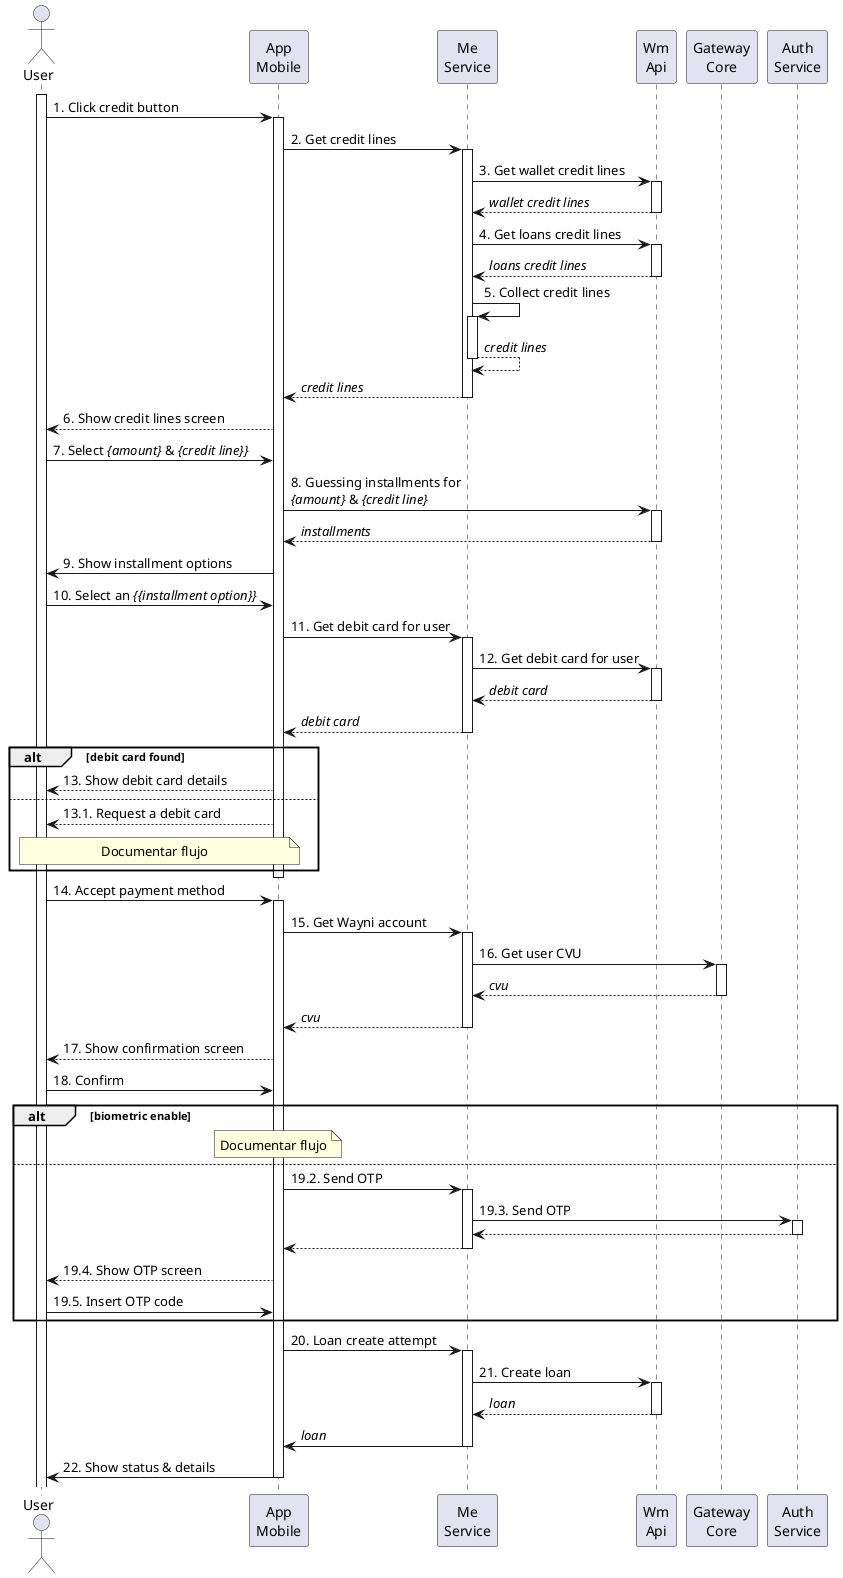
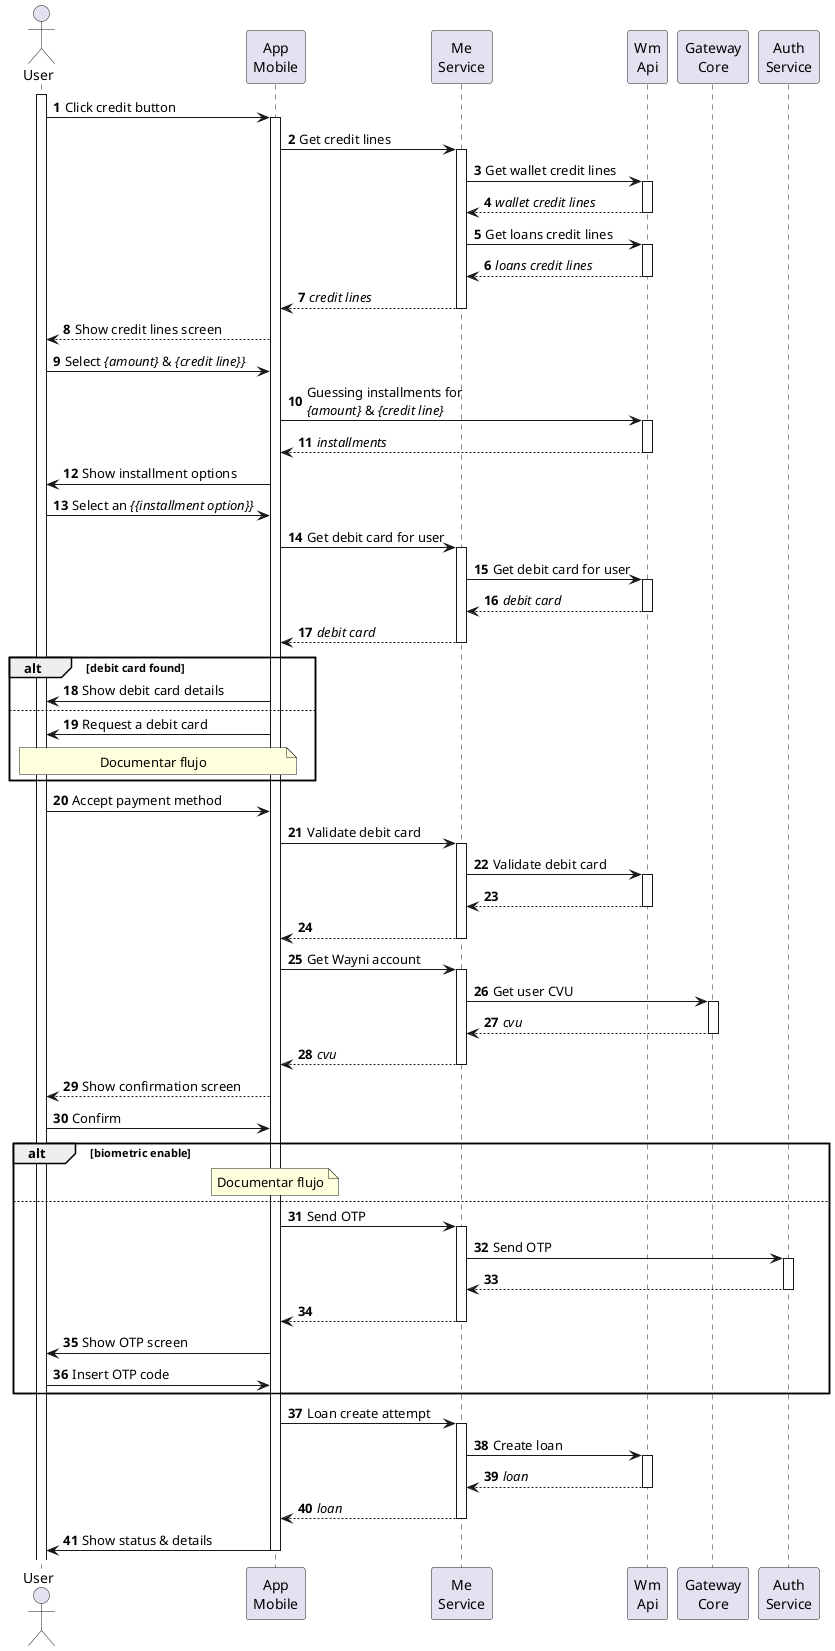
@startuml "Credits flow - App"
+ 
+ autonumber

actor User
participant "App\nMobile" as AM
participant "Me\nService" as MS
participant "Wm\nApi" as WM
participant "Gateway\nCore" as GC
participant "Auth\nService" as AU


activate User
- User->AM: 1. Click credit button
+ User->AM: Click credit button
activate AM
'' GET /me/api/v2/me/credits ''
- AM->MS: 2. Get credit lines
+ AM->MS: Get credit lines
activate MS
'' GET /credits/v1/wallet/lines/summaries ''
- MS->WM: 3. Get wallet credit lines
+ MS->WM: Get wallet credit lines
activate WM
WM-->MS: //wallet credit lines//
deactivate WM
'' GET /credits/v1/loans/lines/summaries ''
- MS->WM: 4. Get loans credit lines
+ MS->WM: Get loans credit lines
activate WM
WM-->MS: //loans credit lines//
deactivate WM
- MS->MS: 5. Collect credit lines
- activate MS
- MS-->MS: //credit lines//
- deactivate MS
MS-->AM: //credit lines//
deactivate MS
- AM-->User: 6. Show credit lines screen
- User->AM: 7. Select //{amount}// & //{credit line}}//
- AM->WM: 8. Guessing installments for\n//{amount}// & //{credit line}//
+ AM-->User: Show credit lines screen
+ User->AM: Select //{amount}// & //{credit line}}//
+ AM->WM:  Guessing installments for\n//{amount}// & //{credit line}//
activate WM
WM-->AM: //installments//
deactivate WM
- AM->User: 9. Show installment options
- User->AM: 10. Select an //{{installment option}}//
- AM->MS: 11. Get debit card for user
+ AM->User: Show installment options
+ User->AM: Select an //{{installment option}}//
+ AM->MS: Get debit card for user
activate MS
- MS->WM: 12. Get debit card for user
+ MS->WM: Get debit card for user
activate WM
WM-->MS: //debit card//
deactivate WM
MS-->AM: //debit card//
deactivate MS
alt debit card found
- AM-->User: 13. Show debit card details
+ AM->User: Show debit card details
else
- AM-->User: 13.1. Request a debit card
+ AM->User: Request a debit card
note over User, AM: Documentar flujo
end
- deactivate AM
- User->AM: 14. Accept payment method
- activate AM
- AM->MS: 15. Get Wayni account
+ User->AM: Accept payment method
+ AM->MS: Validate debit card
activate MS
- MS->GC: 16. Get user CVU
+ MS->WM: Validate debit card
+ activate WM
+ WM-->MS:
+ deactivate WM
+ MS-->AM:
+ deactivate MS
+ AM->MS: Get Wayni account
+ activate MS
+ MS->GC: Get user CVU
activate GC
GC-->MS: //cvu//
deactivate GC
MS-->AM: //cvu//
deactivate MS
- AM-->User: 17. Show confirmation screen
- User->AM: 18. Confirm
+ AM-->User: Show confirmation screen
+ User->AM: Confirm
alt biometric enable
note over AM: Documentar flujo
else
- AM->MS: 19.2. Send OTP
+ AM->MS: Send OTP
activate MS
- MS->AU: 19.3. Send OTP
+ MS->AU: Send OTP
activate AU
AU-->MS:
deactivate AU
MS-->AM:
deactivate MS
- AM-->User: 19.4. Show OTP screen
- User->AM: 19.5. Insert OTP code
+ AM->User: Show OTP screen
+ User->AM: Insert OTP code
end
- AM->MS: 20. Loan create attempt
+ AM->MS: Loan create attempt
activate MS
- MS->WM: 21. Create loan
+ MS->WM: Create loan
activate WM
WM-->MS: //loan//
deactivate WM
- MS->AM: //loan//
+ MS-->AM: //loan//
deactivate MS
- AM->User: 22. Show status & details
+ AM->User: Show status & details
deactivate AM

@enduml
